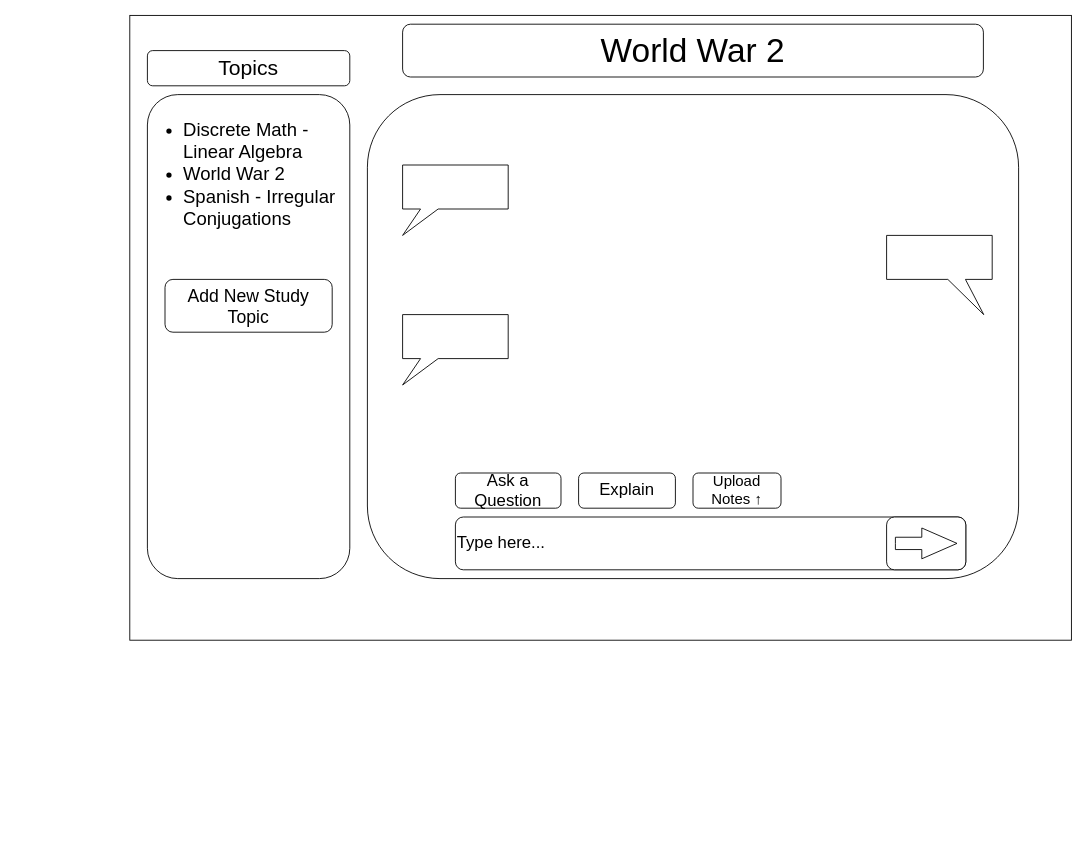
Above: page "Chat - History" (3 of 5) of 460prototype.drawio in mmeiser19/cpsc460 (draw.io), before the change. Source tidied: cells renumbered, new cells numbered last; positions are measured from the earlier drawing's top-left corner, leaving out a move shared by most shapes. Both pictures are drawn from the tidied source at 88%, with x=0, y=0 at pixel (129, 15).
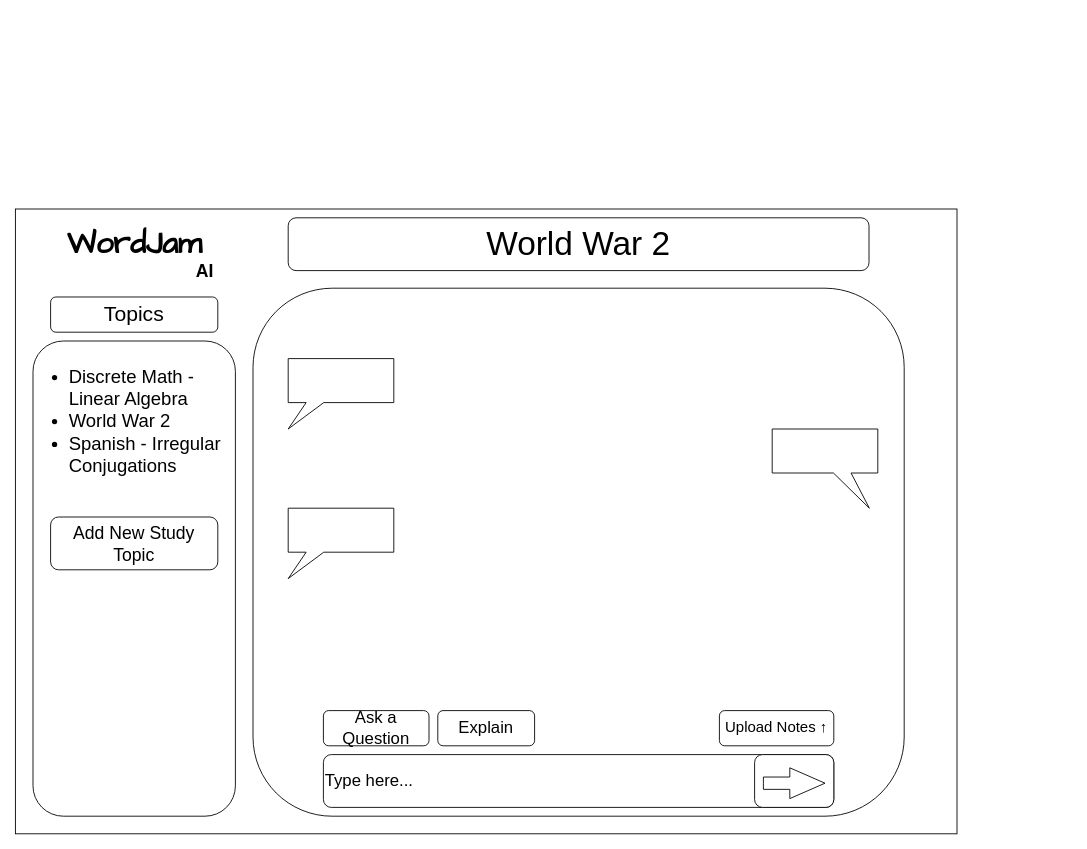
After the change.

Diff of the diagram source:
```diff
@@
 <mxGraphModel>
   <root>
     <mxCell id="0" />
     <mxCell id="1" parent="0" />
-    <mxCell id="2" style="rounded=0;whiteSpace=wrap;html=1;" parent="1" vertex="1">
-      <mxGeometry width="1070" height="710" as="geometry" />
-    </mxCell>
+    <mxCell id="17" style="rounded=0;whiteSpace=wrap;html=1;" parent="1" vertex="1">
+      <mxGeometry x="-130" y="220" width="1070" height="710" as="geometry" />
+    </mxCell>
     <mxCell id="3" value="&lt;span style=&quot;font-size: 38px;&quot;&gt;World War 2&lt;br&gt;&lt;/span&gt;" style="rounded=1;whiteSpace=wrap;html=1;" parent="1" vertex="1">
-      <mxGeometry x="310" y="10" width="660" height="60" as="geometry" />
+      <mxGeometry x="180" y="230" width="660" height="60" as="geometry" />
     </mxCell>
     <mxCell id="4" value="&lt;span style=&quot;font-size: 24px;&quot;&gt;Topics&lt;/span&gt;" style="rounded=1;whiteSpace=wrap;html=1;" parent="1" vertex="1">
-      <mxGeometry x="20" y="40" width="230" height="40" as="geometry" />
+      <mxGeometry x="-90" y="320" width="190" height="40" as="geometry" />
     </mxCell>
-    <mxCell id="5" style="rounded=1;whiteSpace=wrap;html=1;" parent="1" vertex="1">
-      <mxGeometry x="270" y="90" width="740" height="550" as="geometry" />
-    </mxCell>
+    <mxCell id="18" style="rounded=1;whiteSpace=wrap;html=1;" parent="1" vertex="1">
+      <mxGeometry x="140" y="310" width="740" height="600" as="geometry" />
+    </mxCell>
     <mxCell id="6" value="&lt;font style=&quot;font-size: 19px;&quot;&gt;Type here...&lt;/font&gt;" style="rounded=1;whiteSpace=wrap;html=1;align=left;" parent="1" vertex="1">
-      <mxGeometry x="370" y="570" width="580" height="60" as="geometry" />
+      <mxGeometry x="220" y="840" width="580" height="60" as="geometry" />
     </mxCell>
     <mxCell id="7" value="&lt;ul style=&quot;font-size: 21px;&quot;&gt;&lt;li style=&quot;text-align: left;&quot;&gt;&lt;span style=&quot;background-color: initial;&quot;&gt;Discrete Math - Linear Algebra&lt;br&gt;&lt;/span&gt;&lt;/li&gt;&lt;li style=&quot;text-align: left;&quot;&gt;&lt;span style=&quot;background-color: initial;&quot;&gt;World War 2&lt;/span&gt;&lt;/li&gt;&lt;li style=&quot;text-align: left;&quot;&gt;&lt;span style=&quot;background-color: initial;&quot;&gt;Spanish - Irregular Conjugations&lt;/span&gt;&lt;/li&gt;&lt;/ul&gt;" style="rounded=1;whiteSpace=wrap;html=1;verticalAlign=top;" parent="1" vertex="1">
-      <mxGeometry x="20" y="90" width="230" height="550" as="geometry" />
+      <mxGeometry x="-110" y="370" width="230" height="540" as="geometry" />
     </mxCell>
     <mxCell id="8" value="&lt;font style=&quot;font-size: 19px;&quot;&gt;Ask a Question&lt;/font&gt;" style="rounded=1;whiteSpace=wrap;html=1;" parent="1" vertex="1">
-      <mxGeometry x="370" y="520" width="120" height="40" as="geometry" />
+      <mxGeometry x="220" y="790" width="120" height="40" as="geometry" />
     </mxCell>
     <mxCell id="9" value="&lt;font style=&quot;font-size: 19px;&quot;&gt;Explain&lt;/font&gt;" style="rounded=1;whiteSpace=wrap;html=1;" parent="1" vertex="1">
-      <mxGeometry x="510" y="520" width="110" height="40" as="geometry" />
+      <mxGeometry x="350" y="790" width="110" height="40" as="geometry" />
     </mxCell>
     <mxCell id="10" value="&lt;font style=&quot;font-size: 17px;&quot;&gt;Upload Notes ↑&lt;br&gt;&lt;/font&gt;" style="rounded=1;whiteSpace=wrap;html=1;" parent="1" vertex="1">
-      <mxGeometry x="640" y="520" width="100" height="40" as="geometry" />
+      <mxGeometry x="670" y="790" width="130" height="40" as="geometry" />
     </mxCell>
-    <mxCell id="11" style="shape=callout;whiteSpace=wrap;html=1;perimeter=calloutPerimeter;size=30;position=0.17;position2=0;" parent="1" vertex="1">
-      <mxGeometry x="310" y="340" width="120" height="80" as="geometry" />
-    </mxCell>
-    <mxCell id="12" style="shape=callout;whiteSpace=wrap;html=1;perimeter=calloutPerimeter;size=30;position=0.17;position2=0;" parent="1" vertex="1">
-      <mxGeometry x="310" y="170" width="120" height="80" as="geometry" />
-    </mxCell>
-    <mxCell id="13" style="shape=callout;whiteSpace=wrap;html=1;perimeter=calloutPerimeter;size=40;position=0.58;position2=0.92;base=20;" parent="1" vertex="1">
-      <mxGeometry x="860" y="250" width="120" height="90" as="geometry" />
-    </mxCell>
+    <mxCell id="19" style="shape=callout;whiteSpace=wrap;html=1;perimeter=calloutPerimeter;size=30;position=0.17;position2=0;" parent="1" vertex="1">
+      <mxGeometry x="180" y="560" width="120" height="80" as="geometry" />
+    </mxCell>
+    <mxCell id="20" style="shape=callout;whiteSpace=wrap;html=1;perimeter=calloutPerimeter;size=30;position=0.17;position2=0;" parent="1" vertex="1">
+      <mxGeometry x="180" y="390" width="120" height="80" as="geometry" />
+    </mxCell>
+    <mxCell id="21" style="shape=callout;whiteSpace=wrap;html=1;perimeter=calloutPerimeter;size=40;position=0.58;position2=0.92;base=20;" parent="1" vertex="1">
+      <mxGeometry x="730" y="470" width="120" height="90" as="geometry" />
+    </mxCell>
     <mxCell id="14" value="&lt;font style=&quot;font-size: 20px;&quot;&gt;Add New Study Topic&lt;/font&gt;" style="rounded=1;whiteSpace=wrap;html=1;" parent="1" vertex="1">
-      <mxGeometry x="40" y="300" width="190" height="60" as="geometry" />
+      <mxGeometry x="-90" y="570" width="190" height="60" as="geometry" />
     </mxCell>
-    <mxCell id="15" style="rounded=1;whiteSpace=wrap;html=1;" parent="1" vertex="1">
-      <mxGeometry x="860" y="570" width="90" height="60" as="geometry" />
-    </mxCell>
-    <mxCell id="16" style="html=1;shadow=0;dashed=0;align=center;verticalAlign=middle;shape=mxgraph.arrows2.arrow;dy=0.6;dx=40;notch=0;" parent="1" vertex="1">
-      <mxGeometry x="870" y="582.5" width="70" height="35" as="geometry" />
-    </mxCell>
+    <mxCell id="22" style="rounded=1;whiteSpace=wrap;html=1;" parent="1" vertex="1">
+      <mxGeometry x="710" y="840" width="90" height="60" as="geometry" />
+    </mxCell>
+    <mxCell id="23" style="html=1;shadow=0;dashed=0;align=center;verticalAlign=middle;shape=mxgraph.arrows2.arrow;dy=0.6;dx=40;notch=0;" parent="1" vertex="1">
+      <mxGeometry x="720" y="855" width="70" height="35" as="geometry" />
+    </mxCell>
+    <mxCell id="24" value="&lt;font size=&quot;1&quot; face=&quot;Comic Sans MS&quot;&gt;&lt;b style=&quot;font-size: 35px;&quot;&gt;WordJam&lt;/b&gt;&lt;/font&gt;" style="text;html=1;align=center;verticalAlign=middle;strokeColor=none;fillColor=none;" parent="1" vertex="1">
+      <mxGeometry x="-90" y="230" width="190" height="60" as="geometry" />
+    </mxCell>
+    <mxCell id="25" value="&lt;b&gt;&lt;font style=&quot;font-size: 20px;&quot;&gt;AI&lt;/font&gt;&lt;/b&gt;" style="text;html=1;align=center;verticalAlign=middle;strokeColor=none;fillColor=none;" parent="1" vertex="1">
+      <mxGeometry x="65" y="270" width="40" height="40" as="geometry" />
+    </mxCell>
   </root>
 </mxGraphModel>
```
